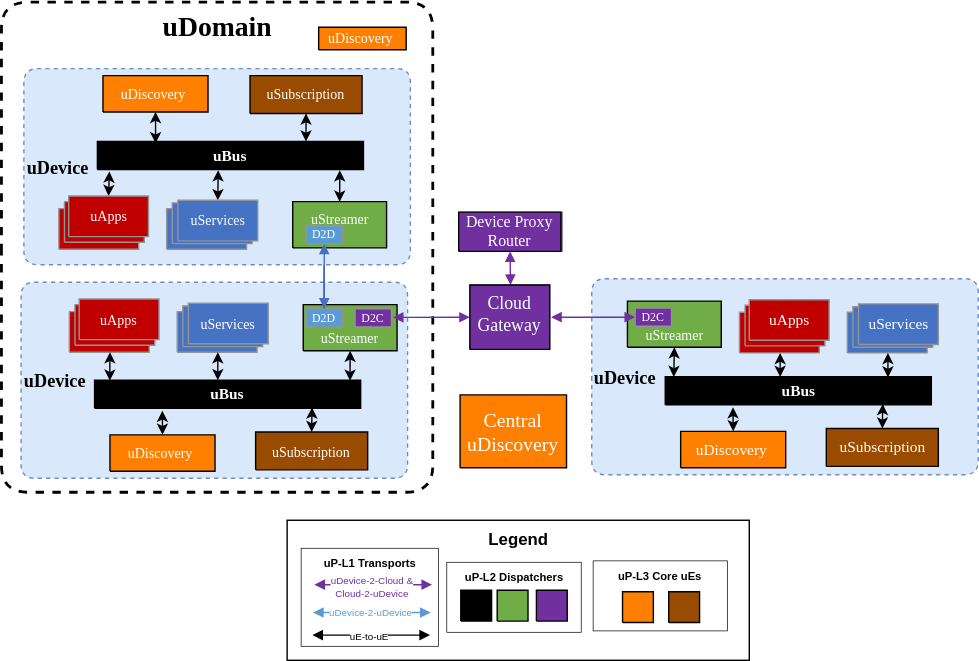
The draw.io diagram platform_ues.drawio.svg in eclipse-uprotocol/up-spec, before a commit. Source tidied: cells renumbered, new cells last; positions are measured from the earlier drawing's top-left corner, leaving out a move shared by most shapes.
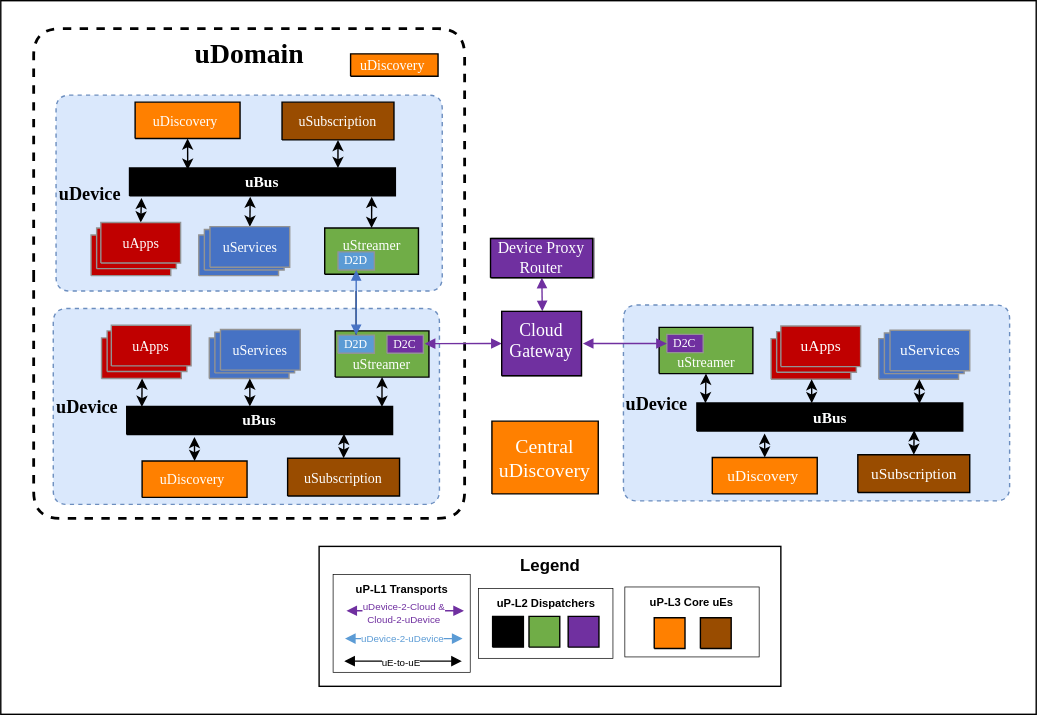
Above is the later version.

Diff of the diagram source:
```diff
@@ -2,6 +2,9 @@
   <root>
     <mxCell id="0" />
     <mxCell id="1" parent="0" />
+    <mxCell id="90" style="rounded=0;whiteSpace=wrap;html=1;" parent="1" vertex="1">
+      <mxGeometry x="-24" y="-20" width="740" height="510" as="geometry" />
+    </mxCell>
     <mxCell id="2" value="Legend" style="rounded=0;whiteSpace=wrap;html=1;fontSize=12;fontStyle=1;verticalAlign=top;" parent="1" vertex="1">
       <mxGeometry x="203.5" y="370" width="330" height="100" as="geometry" />
     </mxCell>
```
